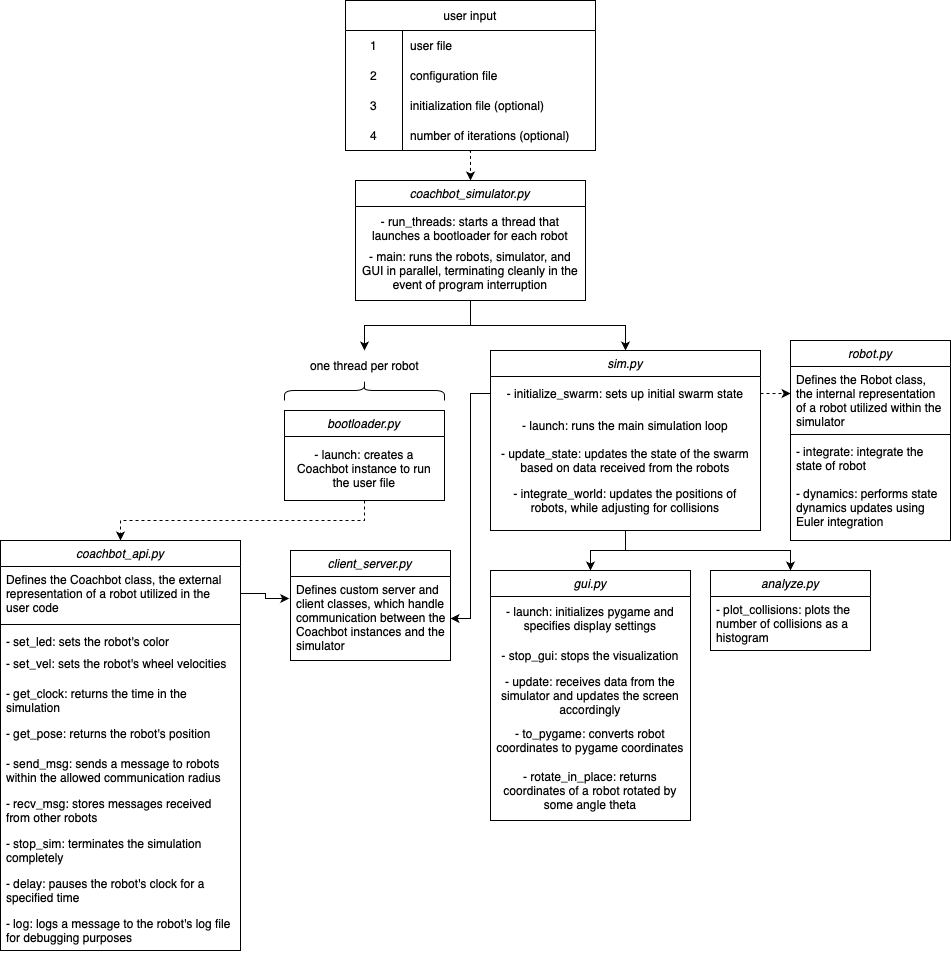
Before: .github/images/structure.png, a diagram exported from draw.io (michelleezhang/swarm-simulator). Source tidied: cells renumbered, new cells last; positions are measured from the earlier drawing's top-left corner, leaving out a move shared by most shapes.
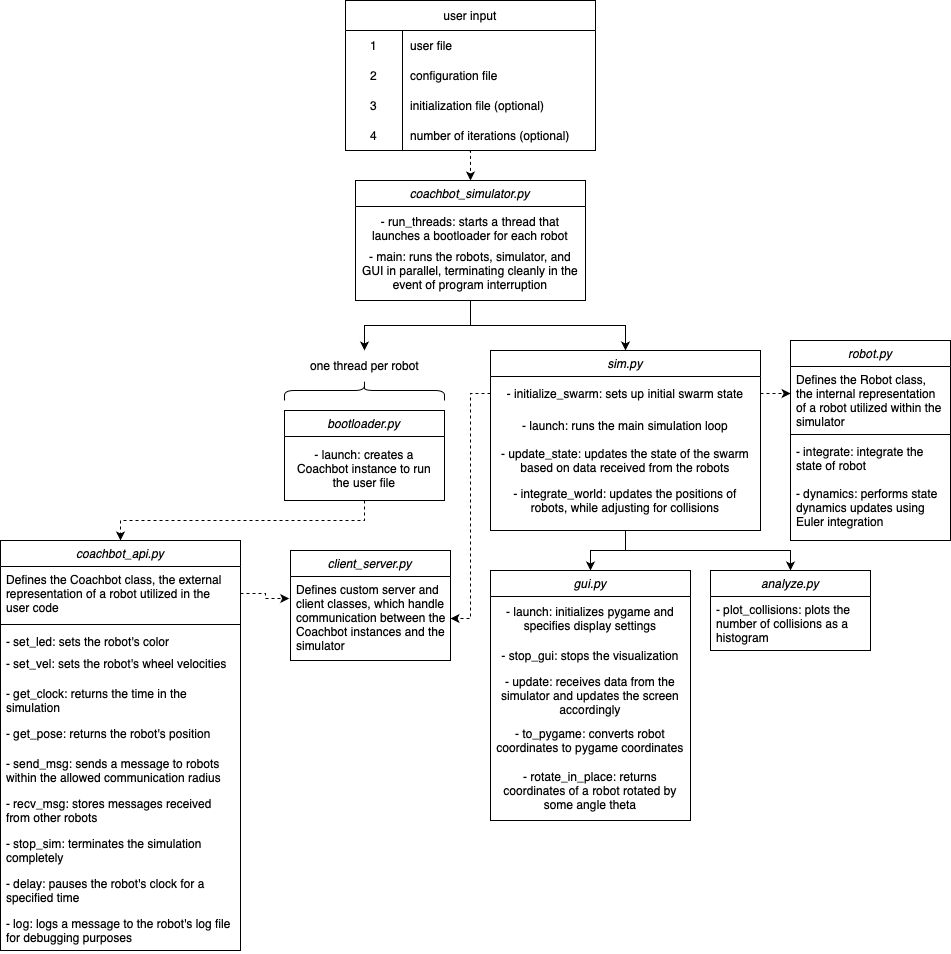
Later version of the same file.

Commit message:
GUI/Sim radius mismatch fix

Change to the diagram source:
```diff
@@ -179,10 +179,10 @@
     <mxCell id="60" value="- plot_collisions: plots the number of collisions as a histogram" style="text;align=left;verticalAlign=top;spacingLeft=4;spacingRight=4;overflow=hidden;whiteSpace=wrap;labelBackgroundColor=none;" parent="59" vertex="1">
       <mxGeometry y="26" width="160" height="54" as="geometry" />
     </mxCell>
-    <mxCell id="61" style="edgeStyle=orthogonalEdgeStyle;rounded=0;jettySize=auto;html=1;exitX=1;exitY=0.5;exitDx=0;exitDy=0;entryX=-0.008;entryY=0.262;entryDx=0;entryDy=0;entryPerimeter=0;labelBackgroundColor=none;fontColor=default;" parent="1" edge="1" source="43" target="33">
+    <mxCell id="61" style="edgeStyle=orthogonalEdgeStyle;rounded=0;jettySize=auto;html=1;exitX=1;exitY=0.5;exitDx=0;exitDy=0;entryX=-0.008;entryY=0.262;entryDx=0;entryDy=0;entryPerimeter=0;labelBackgroundColor=none;fontColor=default;dashed=1;" parent="1" edge="1" source="43" target="33">
       <mxGeometry relative="1" as="geometry" />
     </mxCell>
-    <mxCell id="62" style="edgeStyle=orthogonalEdgeStyle;rounded=0;jettySize=auto;html=1;exitX=0;exitY=0.5;exitDx=0;exitDy=0;entryX=1;entryY=0.5;entryDx=0;entryDy=0;labelBackgroundColor=none;fontColor=default;" parent="1" edge="1" source="28" target="33">
+    <mxCell id="62" style="edgeStyle=orthogonalEdgeStyle;rounded=0;jettySize=auto;html=1;exitX=0;exitY=0.5;exitDx=0;exitDy=0;entryX=1;entryY=0.5;entryDx=0;entryDy=0;labelBackgroundColor=none;fontColor=default;dashed=1;" parent="1" edge="1" source="28" target="33">
       <mxGeometry relative="1" as="geometry" />
     </mxCell>
   </root>
```
